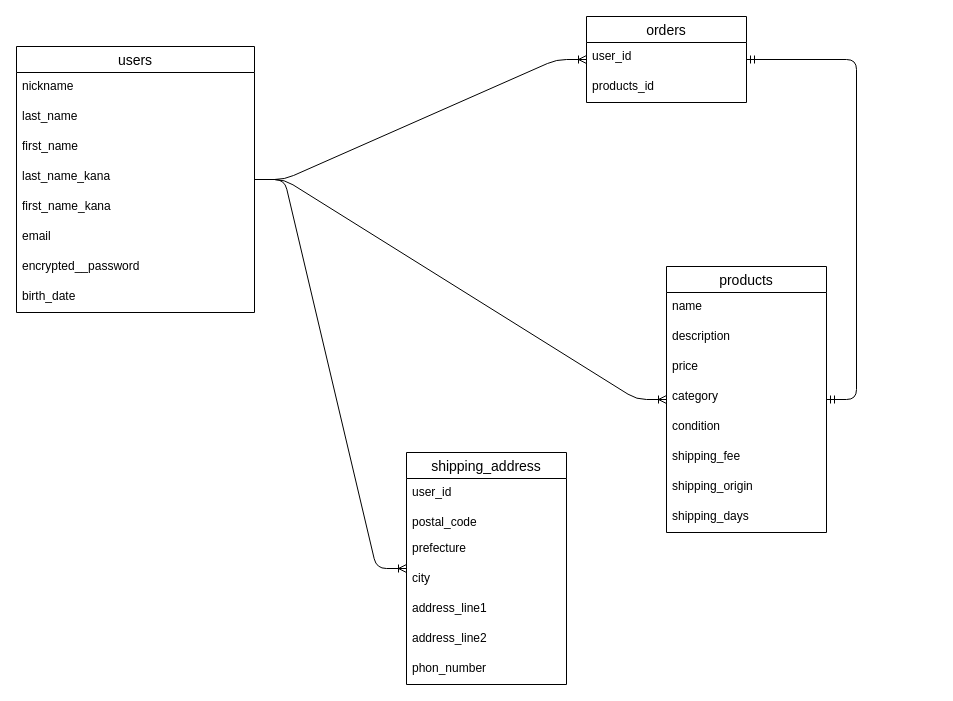
Before: furima-41734.dio in comet-a1/furima-41734, a draw.io diagram. Source tidied: cells renumbered, new cells numbered last; positions are measured from the earlier drawing's top-left corner, leaving out a move shared by most shapes. Both pictures are drawn from the tidied source at 100%, with x=0, y=0 at pixel (16, 16).
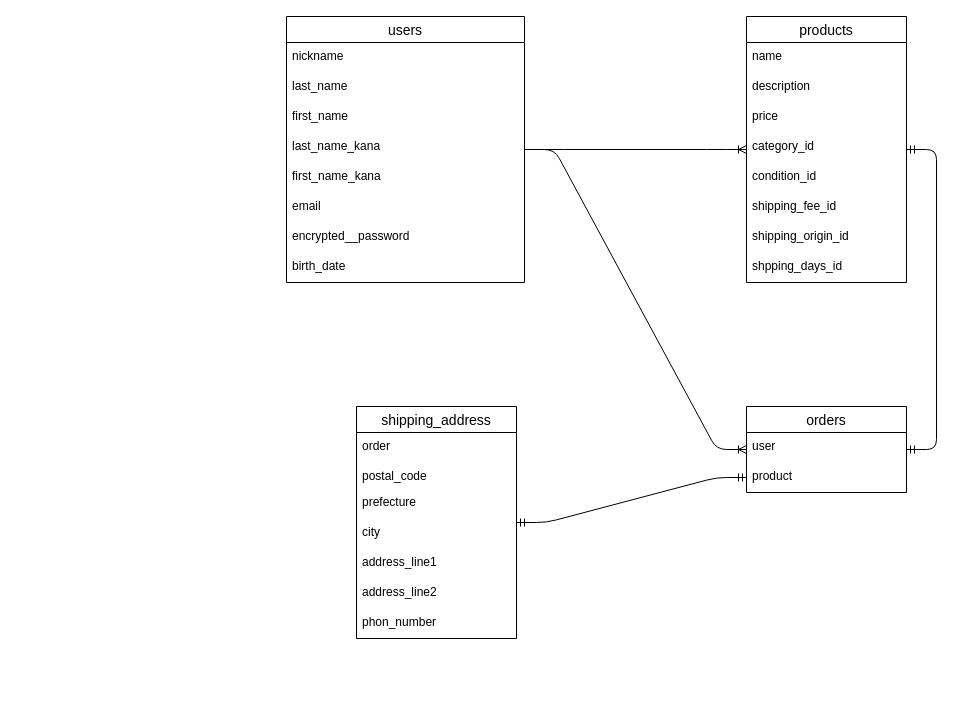
After the change.

Commit message (it also covers changes not shown here):
データベース設計の修正2

What changed in the source:
```diff
@@
     <mxCell id="2" value="users" style="swimlane;fontStyle=0;horizontal=1;startSize=26;align=center;fontSize=14;" parent="1" vertex="1">
-      <mxGeometry y="30" width="238" height="266" as="geometry" />
+      <mxGeometry x="270" width="238" height="266" as="geometry" />
     </mxCell>
@@
     <mxCell id="11" value="products" style="swimlane;fontStyle=0;horizontal=1;startSize=26;align=center;fontSize=14;" parent="1" vertex="1">
-      <mxGeometry x="650" y="250" width="160" height="266" as="geometry" />
+      <mxGeometry x="730" width="160" height="266" as="geometry" />
     </mxCell>
@@
-    <mxCell id="15" value="category" style="text;strokeColor=none;fillColor=none;spacingLeft=4;spacingRight=4;overflow=hidden;fontSize=12;" parent="11" vertex="1">
+    <mxCell id="15" value="category_id" style="text;strokeColor=none;fillColor=none;spacingLeft=4;spacingRight=4;overflow=hidden;fontSize=12;" parent="11" vertex="1">
       <mxGeometry y="116" width="160" height="30" as="geometry" />
     </mxCell>
-    <mxCell id="16" value="condition" style="text;strokeColor=none;fillColor=none;spacingLeft=4;spacingRight=4;overflow=hidden;fontSize=12;" parent="11" vertex="1">
+    <mxCell id="16" value="condition_id" style="text;strokeColor=none;fillColor=none;spacingLeft=4;spacingRight=4;overflow=hidden;fontSize=12;" parent="11" vertex="1">
       <mxGeometry y="146" width="160" height="30" as="geometry" />
     </mxCell>
-    <mxCell id="17" value="shipping_fee" style="text;strokeColor=none;fillColor=none;spacingLeft=4;spacingRight=4;overflow=hidden;fontSize=12;" parent="11" vertex="1">
+    <mxCell id="17" value="shipping_fee_id" style="text;strokeColor=none;fillColor=none;spacingLeft=4;spacingRight=4;overflow=hidden;fontSize=12;" parent="11" vertex="1">
       <mxGeometry y="176" width="160" height="30" as="geometry" />
     </mxCell>
-    <mxCell id="18" value="shipping_origin" style="text;strokeColor=none;fillColor=none;spacingLeft=4;spacingRight=4;overflow=hidden;fontSize=12;" parent="11" vertex="1">
+    <mxCell id="18" value="shipping_origin_id&#10;" style="text;strokeColor=none;fillColor=none;spacingLeft=4;spacingRight=4;overflow=hidden;fontSize=12;" parent="11" vertex="1">
       <mxGeometry y="206" width="160" height="30" as="geometry" />
     </mxCell>
-    <mxCell id="19" value="shipping_days" style="text;strokeColor=none;fillColor=none;spacingLeft=4;spacingRight=4;overflow=hidden;fontSize=12;" parent="11" vertex="1">
+    <mxCell id="19" value="shpping_days_id" style="text;strokeColor=none;fillColor=none;spacingLeft=4;spacingRight=4;overflow=hidden;fontSize=12;" parent="11" vertex="1">
       <mxGeometry y="236" width="160" height="30" as="geometry" />
     </mxCell>
     <mxCell id="20" value="orders" style="swimlane;fontStyle=0;horizontal=1;startSize=26;align=center;fontSize=14;" parent="1" vertex="1">
-      <mxGeometry x="570" width="160" height="86" as="geometry" />
+      <mxGeometry x="730" y="390" width="160" height="86" as="geometry" />
     </mxCell>
-    <mxCell id="21" value="user_id" style="text;strokeColor=none;fillColor=none;spacingLeft=4;spacingRight=4;overflow=hidden;fontSize=12;" parent="20" vertex="1">
+    <mxCell id="21" value="user" style="text;strokeColor=none;fillColor=none;spacingLeft=4;spacingRight=4;overflow=hidden;fontSize=12;" parent="20" vertex="1">
       <mxGeometry y="26" width="160" height="30" as="geometry" />
     </mxCell>
-    <mxCell id="22" value="products_id" style="text;strokeColor=none;fillColor=none;spacingLeft=4;spacingRight=4;overflow=hidden;points=[[0,0.5],[1,0.5]];portConstraint=eastwest;fontSize=12;" parent="20" vertex="1">
+    <mxCell id="22" value="product" style="text;strokeColor=none;fillColor=none;spacingLeft=4;spacingRight=4;overflow=hidden;points=[[0,0.5],[1,0.5]];portConstraint=eastwest;fontSize=12;" parent="20" vertex="1">
       <mxGeometry y="56" width="160" height="30" as="geometry" />
     </mxCell>
@@
     <mxCell id="24" value="shipping_address" style="swimlane;fontStyle=0;horizontal=1;startSize=26;align=center;fontSize=14;" parent="1" vertex="1">
-      <mxGeometry x="390" y="436" width="160" height="232" as="geometry" />
+      <mxGeometry x="340" y="390" width="160" height="232" as="geometry" />
     </mxCell>
-    <mxCell id="25" value="user_id" style="text;strokeColor=none;fillColor=none;spacingLeft=4;spacingRight=4;overflow=hidden;fontSize=12;" parent="24" vertex="1">
+    <mxCell id="25" value="order" style="text;strokeColor=none;fillColor=none;spacingLeft=4;spacingRight=4;overflow=hidden;fontSize=12;" parent="24" vertex="1">
       <mxGeometry y="26" width="160" height="30" as="geometry" />
     </mxCell>
@@
-    <mxCell id="34" style="edgeStyle=entityRelationEdgeStyle;fontSize=12;html=1;endArrow=ERoneToMany;" parent="1" edge="1" source="2" target="24">
-      <mxGeometry relative="1" as="geometry" />
-    </mxCell>
@@
+    <mxCell id="36" style="edgeStyle=entityRelationEdgeStyle;fontSize=12;html=1;endArrow=ERmandOne;startArrow=ERmandOne;" parent="1" edge="1" source="24" target="22">
+      <mxGeometry relative="1" as="geometry" />
+    </mxCell>
```
